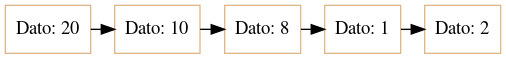
jose3201/ListaSimple keeps this Graphviz diagram as Listasimple/listasimple.png. Above is the earlier version. Its source is kept beside it as Listasimple/listasimple.dot. Its diagram source:
```dot
digraph G {

node[shape=box];


RR0[label="Dato: 20",color="burlywood"];
RR1[label="Dato: 10",color="burlywood"];
RR2[label="Dato: 8",color="burlywood"];
RR3[label="Dato: 1",color="burlywood"];
RR4[label="Dato: 2",color="burlywood"];
{rank=same; RR0->RR1->RR2->RR3->RR4;};

}
```
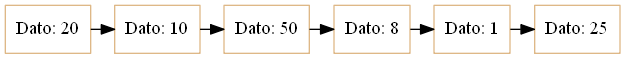
After the change.

Diff of the diagram source:
```diff
@@ -5,9 +5,10 @@
 
 RR0[label="Dato: 20",color="burlywood"];
 RR1[label="Dato: 10",color="burlywood"];
-RR2[label="Dato: 8",color="burlywood"];
-RR3[label="Dato: 1",color="burlywood"];
-RR4[label="Dato: 2",color="burlywood"];
-{rank=same; RR0->RR1->RR2->RR3->RR4;};
+RR2[label="Dato: 50",color="burlywood"];
+RR3[label="Dato: 8",color="burlywood"];
+RR4[label="Dato: 1",color="burlywood"];
+RR5[label="Dato: 25",color="burlywood"];
+{rank=same; RR0->RR1->RR2->RR3->RR4->RR5;};
 
 }
```
